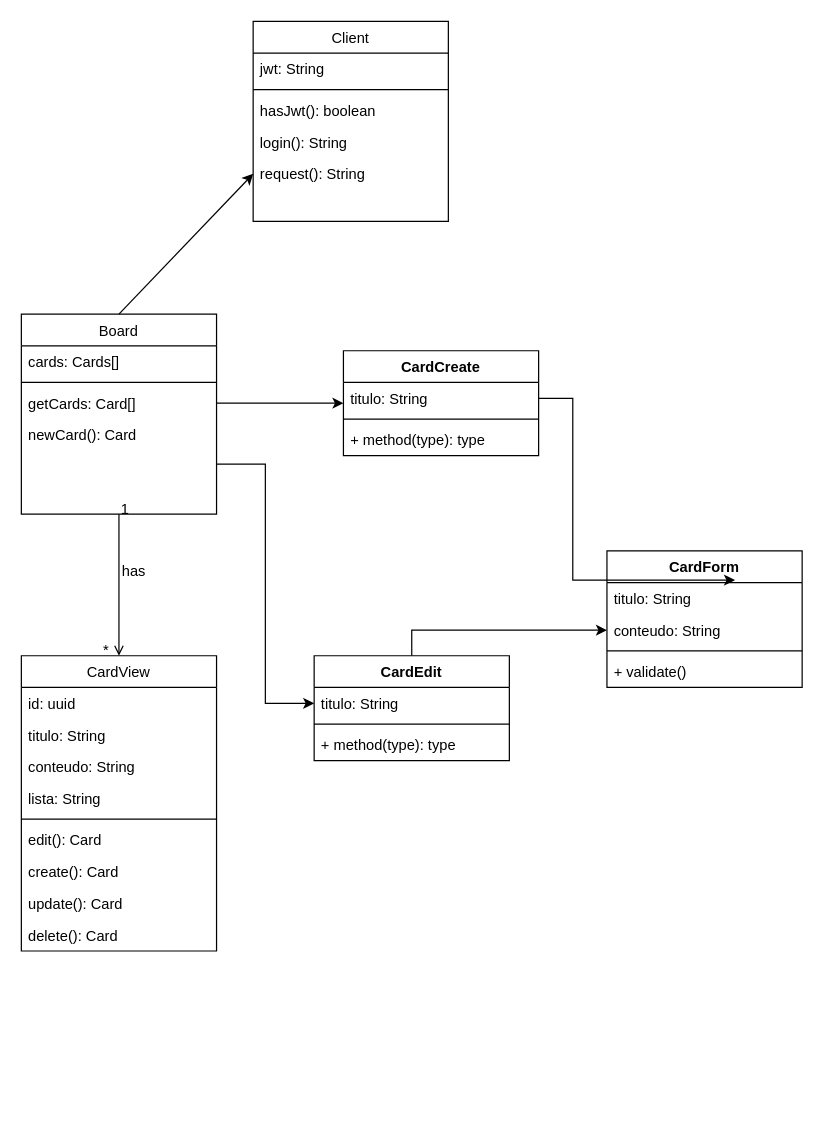
Earlier version of the draw.io diagram front/docs/class-diagram.drawio (fabiojundev/desafio-tecnico-frontend). Source tidied: cells renumbered, new cells numbered last; positions are measured from the earlier drawing's top-left corner, leaving out a move shared by most shapes. Both pictures are drawn from the tidied source at 122%, with x=0, y=0 at pixel (21, 21).
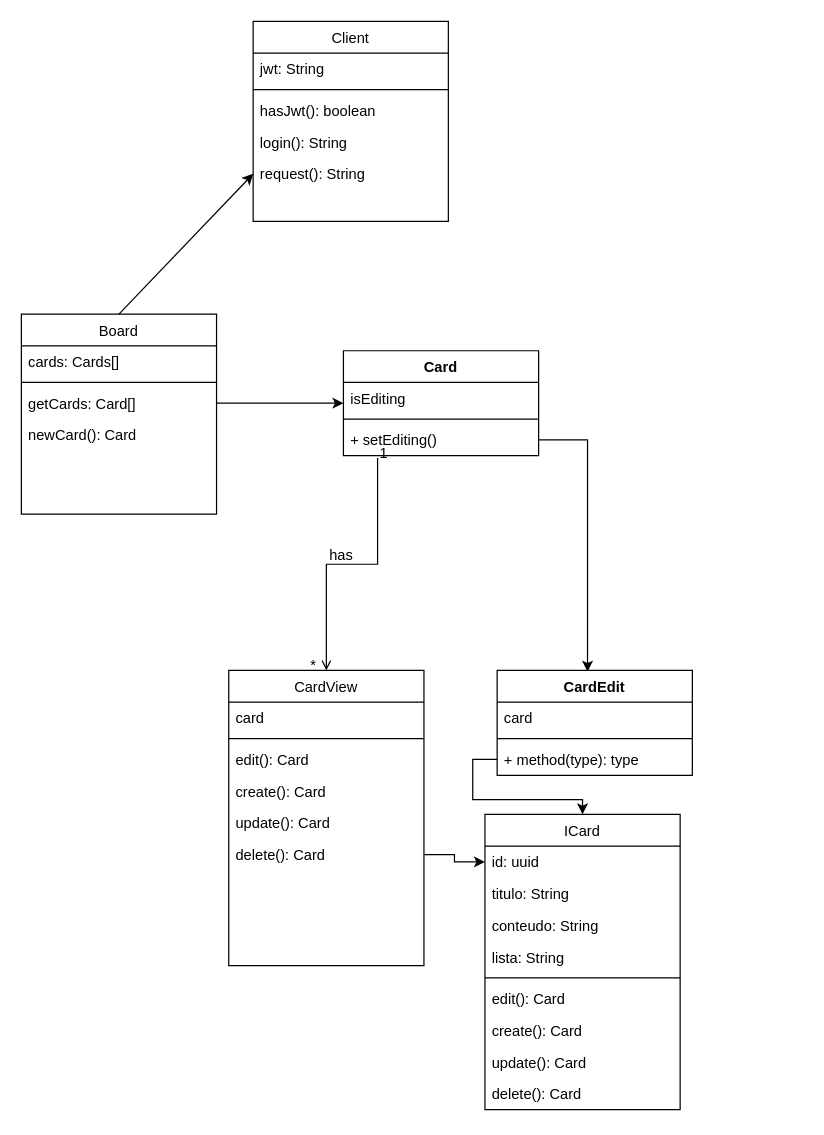
After the change.

Unchanged cells that the change refers to:
```xml
<mxCell id="3" value="Board" style="swimlane;fontStyle=0;align=center;verticalAlign=top;horizontal=1;startSize=26;rounded=0;shadow=0;strokeWidth=1;" parent="1" vertex="1">
  <mxGeometry y="240" width="160" height="164" as="geometry" />
</mxCell>
<mxCell id="38" value="+ method(type): type" style="text;strokeColor=none;fillColor=none;align=left;verticalAlign=top;spacingLeft=4;spacingRight=4;overflow=hidden;points=[[0,0.5],[1,0.5]];portConstraint=eastwest;" parent="35" vertex="1">
  <mxGeometry y="60" width="160" height="26" as="geometry" />
</mxCell>
```

Diff of the diagram source:
```diff
@@
-    <mxCell id="2" style="edgeStyle=orthogonalEdgeStyle;rounded=0;jettySize=auto;html=1;exitX=1;exitY=0.75;exitDx=0;exitDy=0;" parent="1" edge="1" source="3" target="36">
+    <mxCell id="2" style="edgeStyle=orthogonalEdgeStyle;rounded=0;jettySize=auto;html=1;exitX=1;exitY=0.5;exitDx=0;exitDy=0;entryX=0.463;entryY=0.012;entryDx=0;entryDy=0;entryPerimeter=0;" parent="1" edge="1" source="32" target="35">
       <mxGeometry relative="1" as="geometry" />
     </mxCell>
@@
     <mxCell id="8" value="CardView" style="swimlane;fontStyle=0;align=center;verticalAlign=top;horizontal=1;startSize=26;rounded=0;shadow=0;strokeWidth=1;" parent="1" vertex="1">
-      <mxGeometry y="520" width="160" height="242" as="geometry" />
+      <mxGeometry x="170" y="532" width="160" height="242" as="geometry" />
     </mxCell>
-    <mxCell id="9" value="id: uuid" style="text;align=left;verticalAlign=top;spacingLeft=4;spacingRight=4;overflow=hidden;points=[[0,0.5],[1,0.5]];portConstraint=eastwest;rounded=0;shadow=0;html=0;" parent="8" vertex="1">
-      <mxGeometry y="26" width="160" height="26" as="geometry" />
-    </mxCell>
-    <mxCell id="10" value="titulo: String" style="text;align=left;verticalAlign=top;spacingLeft=4;spacingRight=4;overflow=hidden;" parent="8" vertex="1">
-      <mxGeometry y="52" width="160" height="26" as="geometry" />
-    </mxCell>
-    <mxCell id="11" value="conteudo: String" style="text;align=left;verticalAlign=top;spacingLeft=4;spacingRight=4;overflow=hidden;rounded=0;shadow=0;html=0;" parent="8" vertex="1">
-      <mxGeometry y="78" width="160" height="26" as="geometry" />
-    </mxCell>
-    <mxCell id="12" value="lista: String" style="text;align=left;verticalAlign=top;spacingLeft=4;spacingRight=4;overflow=hidden;rounded=0;shadow=0;html=0;" parent="8" vertex="1">
-      <mxGeometry y="104" width="160" height="26" as="geometry" />
-    </mxCell>
+    <mxCell id="45" value="card" style="text;strokeColor=none;fillColor=none;align=left;verticalAlign=top;spacingLeft=4;spacingRight=4;overflow=hidden;" parent="8" vertex="1">
+      <mxGeometry y="26" width="160" height="26" as="geometry" />
+    </mxCell>
     <mxCell id="13" style="line;html=1;strokeWidth=1;align=left;verticalAlign=middle;spacingTop=-1;spacingLeft=3;spacingRight=3;labelPosition=right;" parent="8" vertex="1">
-      <mxGeometry y="130" width="160" height="8" as="geometry" />
+      <mxGeometry y="52" width="160" height="8" as="geometry" />
     </mxCell>
     <mxCell id="14" value="edit(): Card" style="text;align=left;verticalAlign=top;spacingLeft=4;spacingRight=4;overflow=hidden;" parent="8" vertex="1">
-      <mxGeometry y="138" width="160" height="26" as="geometry" />
+      <mxGeometry y="60" width="160" height="26" as="geometry" />
     </mxCell>
     <mxCell id="15" value="create(): Card" style="text;align=left;verticalAlign=top;spacingLeft=4;spacingRight=4;overflow=hidden;" parent="8" vertex="1">
-      <mxGeometry y="164" width="160" height="26" as="geometry" />
+      <mxGeometry y="86" width="160" height="26" as="geometry" />
     </mxCell>
     <mxCell id="16" value="update(): Card" style="text;align=left;verticalAlign=top;spacingLeft=4;spacingRight=4;overflow=hidden;" parent="8" vertex="1">
-      <mxGeometry y="190" width="160" height="26" as="geometry" />
+      <mxGeometry y="112" width="160" height="26" as="geometry" />
     </mxCell>
     <mxCell id="17" value="delete(): Card" style="text;align=left;verticalAlign=top;spacingLeft=4;spacingRight=4;overflow=hidden;points=[[0,0.5],[1,0.5]];portConstraint=eastwest;" parent="8" vertex="1">
-      <mxGeometry y="216" width="160" height="26" as="geometry" />
+      <mxGeometry y="138" width="160" height="26" as="geometry" />
     </mxCell>
-    <mxCell id="18" style="endArrow=open;shadow=0;strokeWidth=1;rounded=0;endFill=1;edgeStyle=elbowEdgeStyle;elbow=vertical;" parent="1" edge="1" source="3" target="8">
+    <mxCell id="18" style="endArrow=open;shadow=0;strokeWidth=1;rounded=0;endFill=1;edgeStyle=elbowEdgeStyle;elbow=vertical;exitX=0.175;exitY=1.077;exitDx=0;exitDy=0;exitPerimeter=0;" parent="1" edge="1" source="32" target="8">
       <mxGeometry x="0.5" y="41" relative="1" as="geometry">
         <mxPoint x="-40" y="32" as="offset" />
       </mxGeometry>
     </mxCell>
@@
-    <mxCell id="29" value="CardCreate" style="swimlane;fontStyle=1;align=center;verticalAlign=top;horizontal=1;startSize=26;" parent="1" vertex="1">
+    <mxCell id="29" value="Card" style="swimlane;fontStyle=1;align=center;verticalAlign=top;horizontal=1;startSize=26;" parent="1" vertex="1">
       <mxGeometry x="264" y="270" width="160" height="86" as="geometry" />
     </mxCell>
-    <mxCell id="30" value="titulo: String" style="text;strokeColor=none;fillColor=none;align=left;verticalAlign=top;spacingLeft=4;spacingRight=4;overflow=hidden;points=[[0,0.5],[1,0.5]];portConstraint=eastwest;" parent="29" vertex="1">
+    <mxCell id="30" value="isEditing" style="text;strokeColor=none;fillColor=none;align=left;verticalAlign=top;spacingLeft=4;spacingRight=4;overflow=hidden;points=[[0,0.5],[1,0.5]];portConstraint=eastwest;" parent="29" vertex="1">
       <mxGeometry y="26" width="160" height="26" as="geometry" />
     </mxCell>
@@
-    <mxCell id="32" value="+ method(type): type" style="text;strokeColor=none;fillColor=none;align=left;verticalAlign=top;spacingLeft=4;spacingRight=4;overflow=hidden;points=[[0,0.5],[1,0.5]];portConstraint=eastwest;" parent="29" vertex="1">
+    <mxCell id="32" value="+ setEditing()" style="text;strokeColor=none;fillColor=none;align=left;verticalAlign=top;spacingLeft=4;spacingRight=4;overflow=hidden;points=[[0,0.5],[1,0.5]];portConstraint=eastwest;" parent="29" vertex="1">
       <mxGeometry y="60" width="160" height="26" as="geometry" />
     </mxCell>
@@
-    <mxCell id="34" style="edgeStyle=orthogonalEdgeStyle;rounded=0;jettySize=auto;html=1;" parent="1" edge="1" source="35" target="41">
-      <mxGeometry relative="1" as="geometry" />
-    </mxCell>
     <mxCell id="35" value="CardEdit" style="swimlane;fontStyle=1;align=center;verticalAlign=top;horizontal=1;startSize=26;" parent="1" vertex="1">
-      <mxGeometry x="240" y="520" width="160" height="86" as="geometry" />
+      <mxGeometry x="390" y="532" width="160" height="86" as="geometry" />
     </mxCell>
-    <mxCell id="36" value="titulo: String" style="text;strokeColor=none;fillColor=none;align=left;verticalAlign=top;spacingLeft=4;spacingRight=4;overflow=hidden;points=[[0,0.5],[1,0.5]];portConstraint=eastwest;" parent="35" vertex="1">
-      <mxGeometry y="26" width="160" height="26" as="geometry" />
-    </mxCell>
+    <mxCell id="46" value="card" style="text;strokeColor=none;fillColor=none;align=left;verticalAlign=top;spacingLeft=4;spacingRight=4;overflow=hidden;" parent="35" vertex="1">
+      <mxGeometry y="26" width="160" height="26" as="geometry" />
+    </mxCell>
@@
-    <mxCell id="39" value="CardForm" style="swimlane;fontStyle=1;align=center;verticalAlign=top;horizontal=1;startSize=26;" parent="1" vertex="1">
-      <mxGeometry x="480" y="434" width="160" height="112" as="geometry" />
-    </mxCell>
-    <mxCell id="40" value="titulo: String" style="text;strokeColor=none;fillColor=none;align=left;verticalAlign=top;spacingLeft=4;spacingRight=4;overflow=hidden;points=[[0,0.5],[1,0.5]];portConstraint=eastwest;" parent="39" vertex="1">
-      <mxGeometry y="26" width="160" height="26" as="geometry" />
-    </mxCell>
-    <mxCell id="41" value="conteudo: String" style="text;strokeColor=none;fillColor=none;align=left;verticalAlign=top;spacingLeft=4;spacingRight=4;overflow=hidden;points=[[0,0.5],[1,0.5]];portConstraint=eastwest;" parent="39" vertex="1">
-      <mxGeometry y="52" width="160" height="26" as="geometry" />
-    </mxCell>
-    <mxCell id="42" style="line;strokeWidth=1;fillColor=none;align=left;verticalAlign=middle;spacingTop=-1;spacingLeft=3;spacingRight=3;labelPosition=right;" parent="39" vertex="1">
-      <mxGeometry y="78" width="160" height="8" as="geometry" />
-    </mxCell>
-    <mxCell id="43" value="+ validate()" style="text;strokeColor=none;fillColor=none;align=left;verticalAlign=top;spacingLeft=4;spacingRight=4;overflow=hidden;" parent="39" vertex="1">
-      <mxGeometry y="86" width="160" height="26" as="geometry" />
-    </mxCell>
-    <mxCell id="44" style="edgeStyle=orthogonalEdgeStyle;rounded=0;jettySize=auto;html=1;entryX=0.656;entryY=-0.077;entryDx=0;entryDy=0;entryPerimeter=0;" parent="1" edge="1" source="30" target="40">
-      <mxGeometry relative="1" as="geometry" />
-    </mxCell>
+    <mxCell id="47" value="ICard" style="swimlane;fontStyle=0;align=center;verticalAlign=top;horizontal=1;startSize=26;rounded=0;shadow=0;strokeWidth=1;" parent="1" vertex="1">
+      <mxGeometry x="380" y="650" width="160" height="242" as="geometry" />
+    </mxCell>
+    <mxCell id="9" value="id: uuid" style="text;align=left;verticalAlign=top;spacingLeft=4;spacingRight=4;overflow=hidden;points=[[0,0.5],[1,0.5]];portConstraint=eastwest;rounded=0;shadow=0;html=0;" parent="47" vertex="1">
+      <mxGeometry y="26" width="160" height="26" as="geometry" />
+    </mxCell>
+    <mxCell id="10" value="titulo: String" style="text;align=left;verticalAlign=top;spacingLeft=4;spacingRight=4;overflow=hidden;" parent="47" vertex="1">
+      <mxGeometry y="52" width="160" height="26" as="geometry" />
+    </mxCell>
+    <mxCell id="11" value="conteudo: String" style="text;align=left;verticalAlign=top;spacingLeft=4;spacingRight=4;overflow=hidden;rounded=0;shadow=0;html=0;" parent="47" vertex="1">
+      <mxGeometry y="78" width="160" height="26" as="geometry" />
+    </mxCell>
+    <mxCell id="12" value="lista: String" style="text;align=left;verticalAlign=top;spacingLeft=4;spacingRight=4;overflow=hidden;rounded=0;shadow=0;html=0;" parent="47" vertex="1">
+      <mxGeometry y="104" width="160" height="26" as="geometry" />
+    </mxCell>
+    <mxCell id="48" style="line;html=1;strokeWidth=1;align=left;verticalAlign=middle;spacingTop=-1;spacingLeft=3;spacingRight=3;labelPosition=right;" parent="47" vertex="1">
+      <mxGeometry y="130" width="160" height="8" as="geometry" />
+    </mxCell>
+    <mxCell id="49" value="edit(): Card" style="text;align=left;verticalAlign=top;spacingLeft=4;spacingRight=4;overflow=hidden;" parent="47" vertex="1">
+      <mxGeometry y="138" width="160" height="26" as="geometry" />
+    </mxCell>
+    <mxCell id="50" value="create(): Card" style="text;align=left;verticalAlign=top;spacingLeft=4;spacingRight=4;overflow=hidden;" parent="47" vertex="1">
+      <mxGeometry y="164" width="160" height="26" as="geometry" />
+    </mxCell>
+    <mxCell id="51" value="update(): Card" style="text;align=left;verticalAlign=top;spacingLeft=4;spacingRight=4;overflow=hidden;" parent="47" vertex="1">
+      <mxGeometry y="190" width="160" height="26" as="geometry" />
+    </mxCell>
+    <mxCell id="52" value="delete(): Card" style="text;align=left;verticalAlign=top;spacingLeft=4;spacingRight=4;overflow=hidden;" parent="47" vertex="1">
+      <mxGeometry y="216" width="160" height="26" as="geometry" />
+    </mxCell>
+    <mxCell id="53" style="edgeStyle=orthogonalEdgeStyle;rounded=0;jettySize=auto;html=1;" parent="1" edge="1" source="38" target="47">
+      <mxGeometry relative="1" as="geometry" />
+    </mxCell>
+    <mxCell id="54" style="edgeStyle=orthogonalEdgeStyle;rounded=0;jettySize=auto;html=1;" parent="1" edge="1" source="17" target="9">
+      <mxGeometry relative="1" as="geometry" />
+    </mxCell>
```
